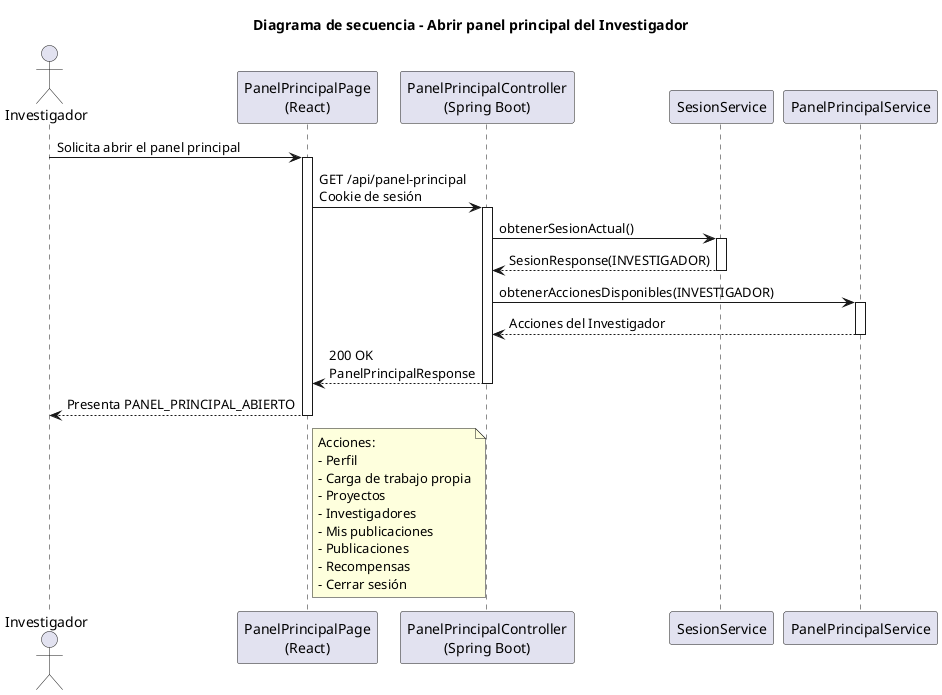
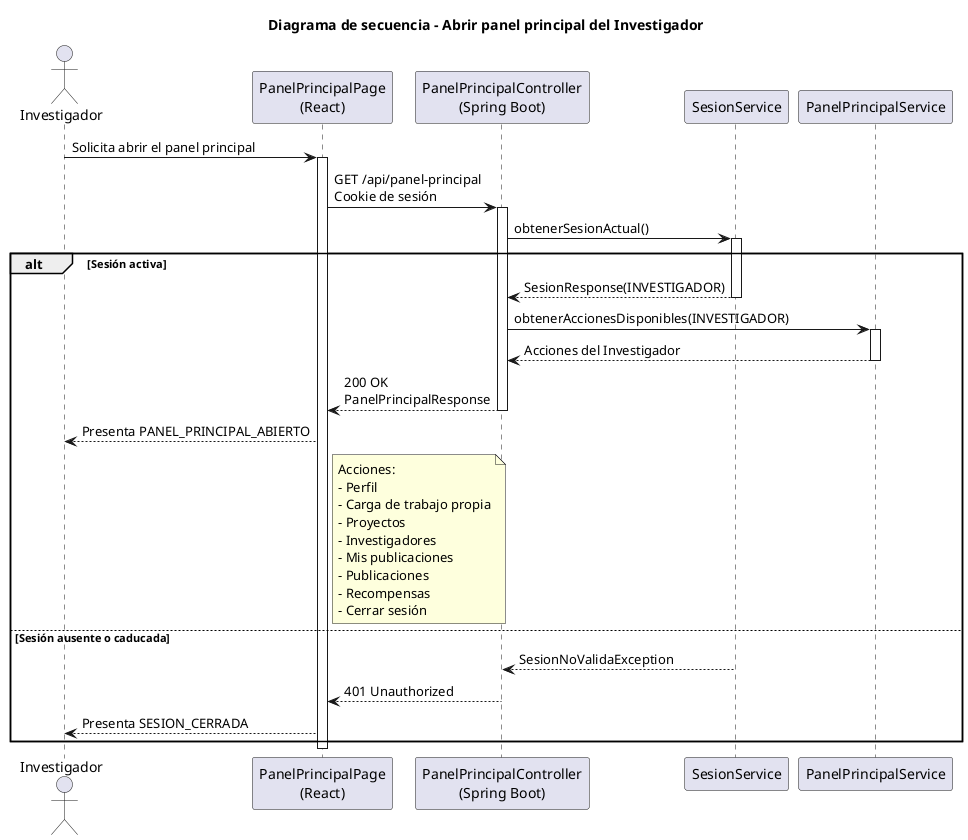
@startuml abrirPanelPrincipal-investigador-diseño
title Diagrama de secuencia - Abrir panel principal del Investigador

actor Investigador
participant "PanelPrincipalPage\n(React)" as Frontend
participant "PanelPrincipalController\n(Spring Boot)" as Api
participant "SesionService" as Sesion
participant "PanelPrincipalService" as Panel

Investigador -> Frontend: Solicita abrir el panel principal
activate Frontend
Frontend -> Api: GET /api/panel-principal\nCookie de sesión
activate Api
Api -> Sesion: obtenerSesionActual()
activate Sesion
- Sesion --> Api: SesionResponse(INVESTIGADOR)
- deactivate Sesion
- Api -> Panel: obtenerAccionesDisponibles(INVESTIGADOR)
- activate Panel
- Panel --> Api: Acciones del Investigador
- deactivate Panel
- Api --> Frontend: 200 OK\nPanelPrincipalResponse
- deactivate Api
- Frontend --> Investigador: Presenta PANEL_PRINCIPAL_ABIERTO
+ alt Sesión activa
+     Sesion --> Api: SesionResponse(INVESTIGADOR)
+     deactivate Sesion
+     Api -> Panel: obtenerAccionesDisponibles(INVESTIGADOR)
+     activate Panel
+     Panel --> Api: Acciones del Investigador
+     deactivate Panel
+     Api --> Frontend: 200 OK\nPanelPrincipalResponse
+     deactivate Api
+     Frontend --> Investigador: Presenta PANEL_PRINCIPAL_ABIERTO

- note right of Frontend
- Acciones:
- - Perfil
- - Carga de trabajo propia
- - Proyectos
- - Investigadores
- - Mis publicaciones
- - Publicaciones
- - Recompensas
- - Cerrar sesión
- end note
+     note right of Frontend
+     Acciones:
+     - Perfil
+     - Carga de trabajo propia
+     - Proyectos
+     - Investigadores
+     - Mis publicaciones
+     - Publicaciones
+     - Recompensas
+     - Cerrar sesión
+     end note
+ else Sesión ausente o caducada
+     Sesion --> Api: SesionNoValidaException
+     deactivate Sesion
+     Api --> Frontend: 401 Unauthorized
+     deactivate Api
+     Frontend --> Investigador: Presenta SESION_CERRADA
+ end

deactivate Frontend
@enduml
- 
